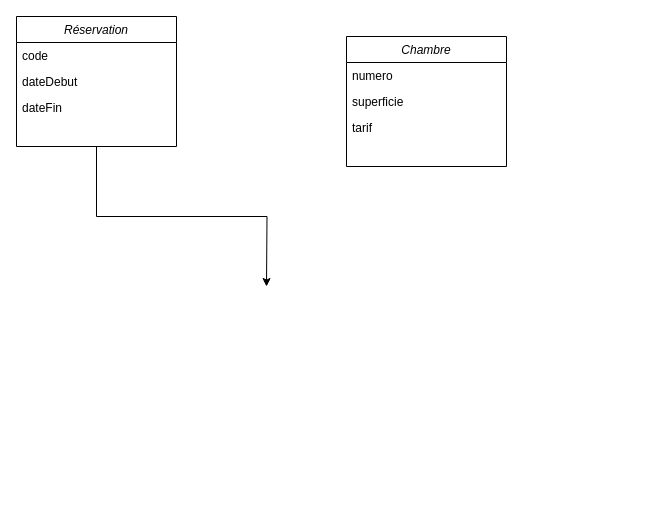
Before: Untitled Diagram.drawio in DWils/GestionHotel, a draw.io diagram. Source tidied: cells renumbered, new cells numbered last; positions are measured from the earlier drawing's top-left corner, leaving out a move shared by most shapes. Both pictures are drawn from the tidied source at 100%, with x=0, y=0 at pixel (16, 16).
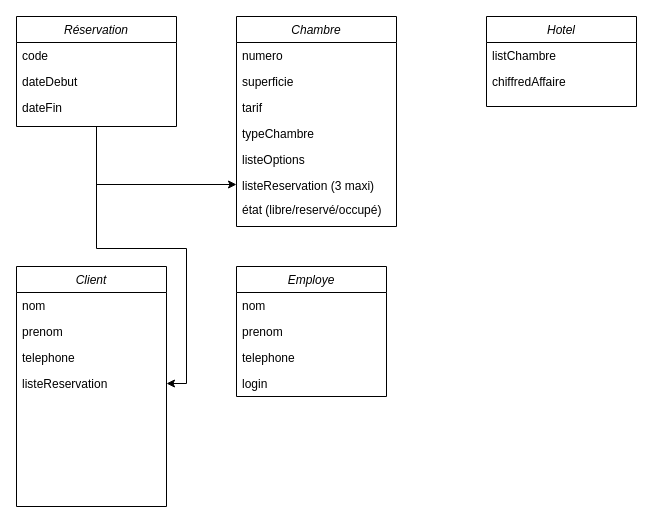
After the change.

What changed in the source:
```diff
@@
-    <mxCell id="2" style="edgeStyle=orthogonalEdgeStyle;rounded=0;jettySize=auto;html=1;exitX=0.5;exitY=1;exitDx=0;exitDy=0;" parent="1" edge="1" source="3">
-      <mxGeometry relative="1" as="geometry">
-        <mxPoint x="250" y="270" as="targetPoint" />
-      </mxGeometry>
-    </mxCell>
+    <mxCell id="11" style="edgeStyle=orthogonalEdgeStyle;rounded=0;jettySize=auto;html=1;exitX=0.5;exitY=1;exitDx=0;exitDy=0;" parent="1" edge="1" source="3" target="15">
+      <mxGeometry relative="1" as="geometry" />
+    </mxCell>
+    <mxCell id="12" style="edgeStyle=orthogonalEdgeStyle;rounded=0;jettySize=auto;html=1;exitX=0.5;exitY=1;exitDx=0;exitDy=0;" parent="1" edge="1" source="3" target="24">
+      <mxGeometry relative="1" as="geometry" />
+    </mxCell>
     <mxCell id="3" value="Réservation" style="swimlane;fontStyle=2;align=center;verticalAlign=top;horizontal=1;startSize=26;rounded=0;shadow=0;strokeWidth=1;" parent="1" vertex="1">
-      <mxGeometry width="160" height="130" as="geometry" />
+      <mxGeometry width="160" height="110" as="geometry" />
     </mxCell>
@@
     <mxCell id="7" value="Chambre" style="swimlane;fontStyle=2;align=center;verticalAlign=top;horizontal=1;startSize=26;rounded=0;shadow=0;strokeWidth=1;" parent="1" vertex="1">
-      <mxGeometry x="330" y="20" width="160" height="130" as="geometry" />
+      <mxGeometry x="220" width="160" height="210" as="geometry" />
     </mxCell>
@@
+    <mxCell id="13" value="typeChambre" style="text;align=left;verticalAlign=top;spacingLeft=4;spacingRight=4;overflow=hidden;rounded=0;shadow=0;html=0;" parent="7" vertex="1">
+      <mxGeometry y="104" width="160" height="26" as="geometry" />
+    </mxCell>
+    <mxCell id="14" value="listeOptions" style="text;align=left;verticalAlign=top;spacingLeft=4;spacingRight=4;overflow=hidden;rounded=0;shadow=0;html=0;" parent="7" vertex="1">
+      <mxGeometry y="130" width="160" height="26" as="geometry" />
+    </mxCell>
+    <mxCell id="15" value="listeReservation (3 maxi)" style="text;align=left;verticalAlign=top;spacingLeft=4;spacingRight=4;overflow=hidden;points=[[0,0.5],[1,0.5]];portConstraint=eastwest;rounded=0;shadow=0;html=0;" parent="7" vertex="1">
+      <mxGeometry y="156" width="160" height="24" as="geometry" />
+    </mxCell>
+    <mxCell id="16" value="état (libre/reservé/occupé)" style="text;align=left;verticalAlign=top;spacingLeft=4;spacingRight=4;overflow=hidden;rounded=0;shadow=0;html=0;" parent="7" vertex="1">
+      <mxGeometry y="180" width="160" height="24" as="geometry" />
+    </mxCell>
+    <mxCell id="17" value="Hotel" style="swimlane;fontStyle=2;align=center;verticalAlign=top;horizontal=1;startSize=26;rounded=0;shadow=0;strokeWidth=1;" parent="1" vertex="1">
+      <mxGeometry x="470" width="150" height="90" as="geometry" />
+    </mxCell>
+    <mxCell id="18" value="listChambre" style="text;align=left;verticalAlign=top;spacingLeft=4;spacingRight=4;overflow=hidden;" parent="17" vertex="1">
+      <mxGeometry y="26" width="150" height="26" as="geometry" />
+    </mxCell>
+    <mxCell id="19" value="chiffredAffaire" style="text;align=left;verticalAlign=top;spacingLeft=4;spacingRight=4;overflow=hidden;" parent="17" vertex="1">
+      <mxGeometry y="52" width="150" height="26" as="geometry" />
+    </mxCell>
+    <mxCell id="20" value="Client" style="swimlane;fontStyle=2;align=center;verticalAlign=top;horizontal=1;startSize=26;rounded=0;shadow=0;strokeWidth=1;" parent="1" vertex="1">
+      <mxGeometry y="250" width="150" height="240" as="geometry" />
+    </mxCell>
+    <mxCell id="21" value="nom" style="text;align=left;verticalAlign=top;spacingLeft=4;spacingRight=4;overflow=hidden;" parent="20" vertex="1">
+      <mxGeometry y="26" width="150" height="26" as="geometry" />
+    </mxCell>
+    <mxCell id="22" value="prenom" style="text;align=left;verticalAlign=top;spacingLeft=4;spacingRight=4;overflow=hidden;" parent="20" vertex="1">
+      <mxGeometry y="52" width="150" height="26" as="geometry" />
+    </mxCell>
+    <mxCell id="23" value="telephone" style="text;align=left;verticalAlign=top;spacingLeft=4;spacingRight=4;overflow=hidden;" parent="20" vertex="1">
+      <mxGeometry y="78" width="150" height="26" as="geometry" />
+    </mxCell>
+    <mxCell id="24" value="listeReservation" style="text;align=left;verticalAlign=top;spacingLeft=4;spacingRight=4;overflow=hidden;points=[[0,0.5],[1,0.5]];portConstraint=eastwest;" parent="20" vertex="1">
+      <mxGeometry y="104" width="150" height="26" as="geometry" />
+    </mxCell>
+    <mxCell id="25" value="Employe" style="swimlane;fontStyle=2;align=center;verticalAlign=top;horizontal=1;startSize=26;rounded=0;shadow=0;strokeWidth=1;" parent="1" vertex="1">
+      <mxGeometry x="220" y="250" width="150" height="130" as="geometry" />
+    </mxCell>
+    <mxCell id="26" value="nom" style="text;align=left;verticalAlign=top;spacingLeft=4;spacingRight=4;overflow=hidden;" parent="25" vertex="1">
+      <mxGeometry y="26" width="150" height="26" as="geometry" />
+    </mxCell>
+    <mxCell id="27" value="prenom" style="text;align=left;verticalAlign=top;spacingLeft=4;spacingRight=4;overflow=hidden;" parent="25" vertex="1">
+      <mxGeometry y="52" width="150" height="26" as="geometry" />
+    </mxCell>
+    <mxCell id="28" value="telephone" style="text;align=left;verticalAlign=top;spacingLeft=4;spacingRight=4;overflow=hidden;" parent="25" vertex="1">
+      <mxGeometry y="78" width="150" height="26" as="geometry" />
+    </mxCell>
+    <mxCell id="29" value="login" style="text;align=left;verticalAlign=top;spacingLeft=4;spacingRight=4;overflow=hidden;" parent="25" vertex="1">
+      <mxGeometry y="104" width="150" height="26" as="geometry" />
+    </mxCell>
```
